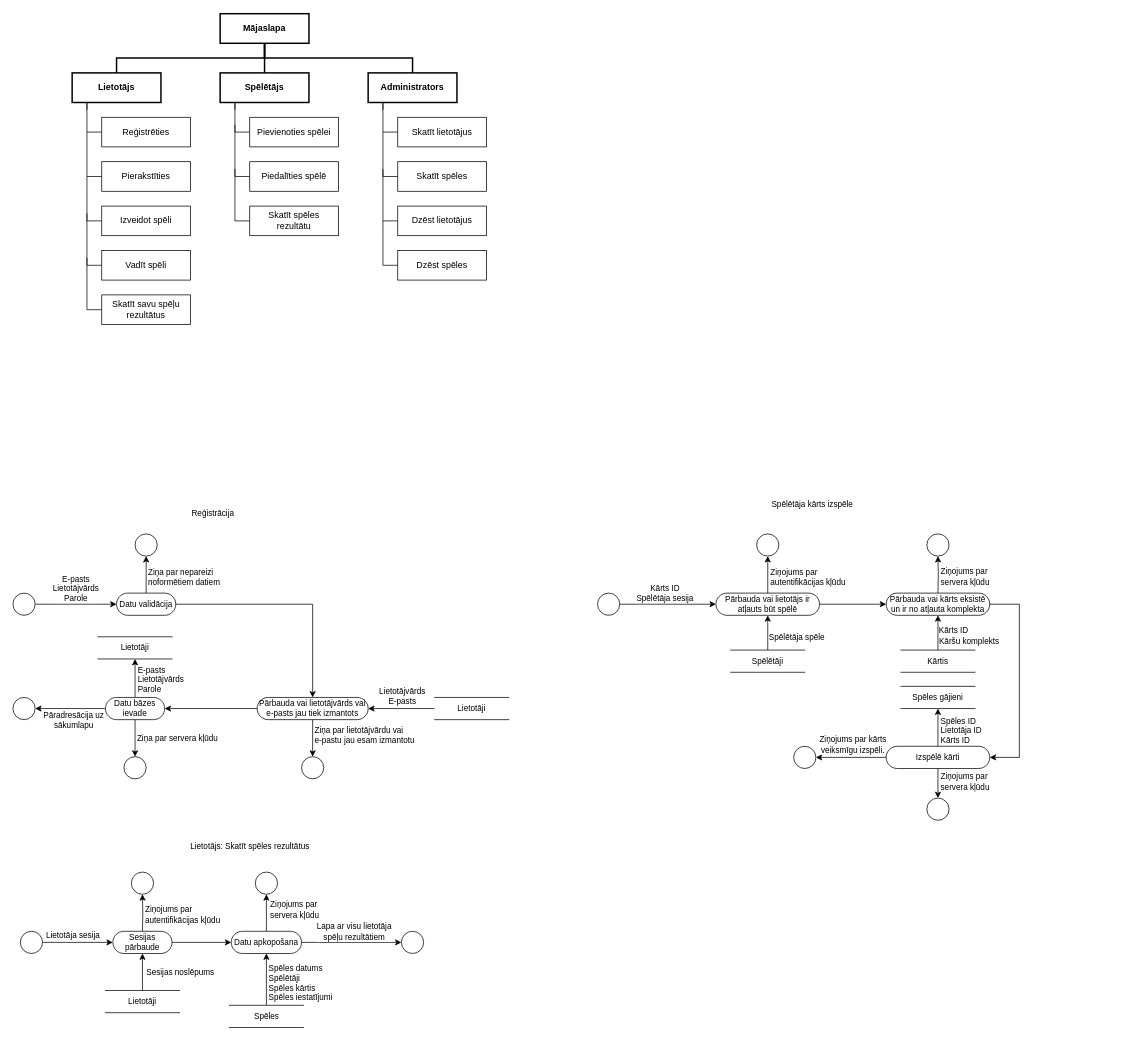
Before: dokumentacija/Dekompozicija.drawio in Edgars-P/RVT-Projekts-CardGame, a draw.io diagram. Source tidied: cells renumbered, new cells numbered last; positions are measured from the earlier drawing's top-left corner, leaving out a move shared by most shapes. Both pictures are drawn from the tidied source at 74%, with x=0, y=0 at pixel (13, 13).
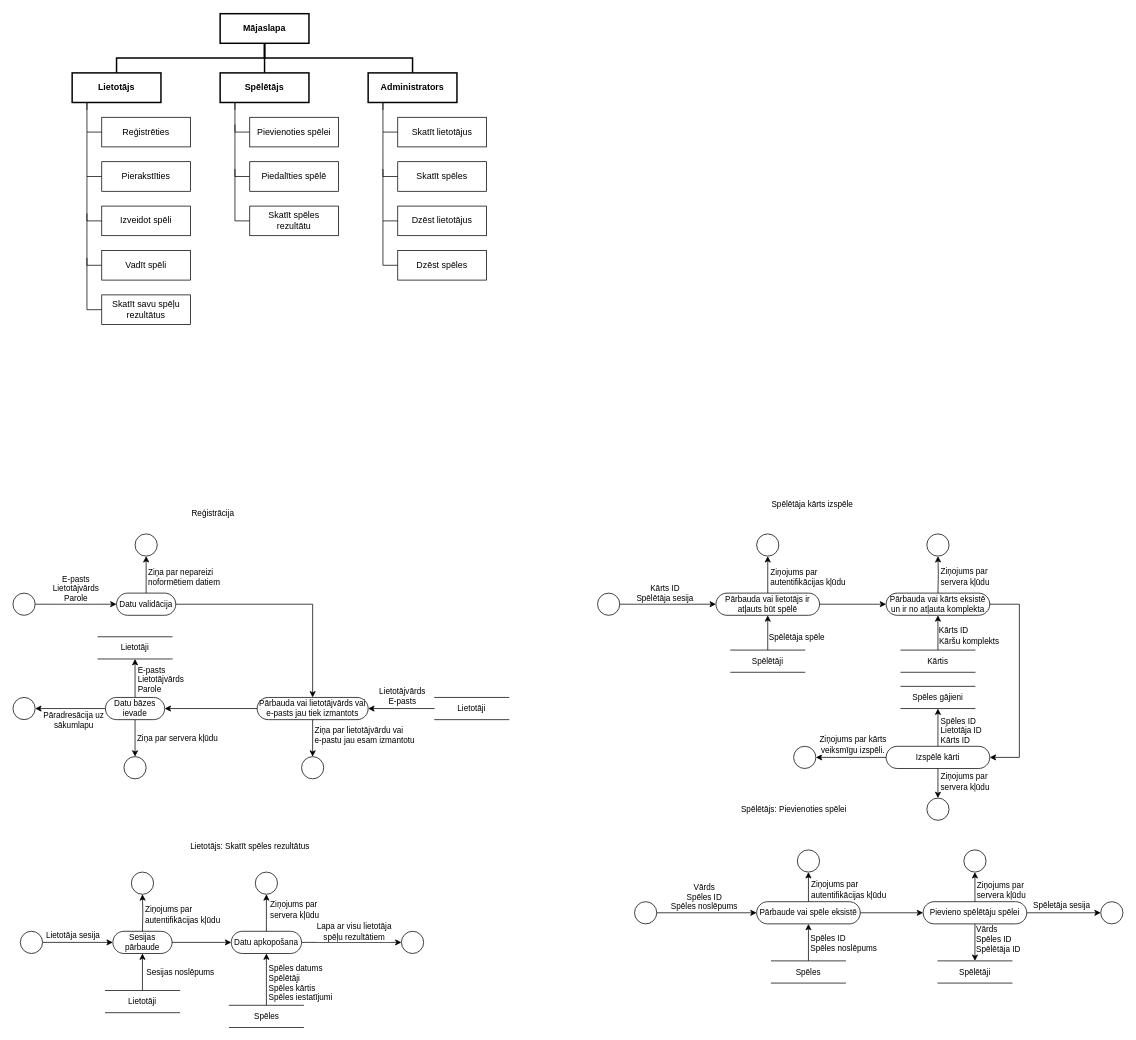
The same diagram, later.

Diff of the diagram source:
```diff
@@
+    <mxCell id="113" value="Spēlētājs: Pievienoties spēlei" style="text;html=1;align=center;verticalAlign=middle;strokeColor=none;fillColor=none;fontSize=11;fontFamily=Helvetica;fontColor=default;" parent="1" vertex="1">
+      <mxGeometry x="970" y="1060" width="170" height="30" as="geometry" />
+    </mxCell>
+    <mxCell id="114" style="edgeStyle=orthogonalEdgeStyle;shape=connector;rounded=0;jettySize=auto;html=1;labelBackgroundColor=default;strokeColor=default;align=center;verticalAlign=middle;fontFamily=Helvetica;fontSize=11;fontColor=default;endArrow=classic;endFill=1;" parent="1" edge="1" source="116" target="118">
+      <mxGeometry relative="1" as="geometry" />
+    </mxCell>
+    <mxCell id="115" value="Vārds&lt;br&gt;Spēles ID&lt;br&gt;Spēles noslēpums" style="edgeLabel;html=1;align=center;verticalAlign=middle;fontSize=11;fontFamily=Helvetica;fontColor=default;" parent="114" vertex="1">
+      <mxGeometry x="-0.06" y="1" relative="1" as="geometry">
+        <mxPoint y="-21" as="offset" />
+      </mxGeometry>
+    </mxCell>
+    <mxCell id="116" style="shape=ellipse;html=1;dashed=0;whiteSpace=wrap;perimeter=ellipsePerimeter;fontFamily=Helvetica;fontSize=11;fontColor=default;" parent="1" vertex="1">
+      <mxGeometry x="840" y="1200" width="30" height="30" as="geometry" />
+    </mxCell>
+    <mxCell id="117" style="edgeStyle=orthogonalEdgeStyle;shape=connector;rounded=0;jettySize=auto;html=1;labelBackgroundColor=default;strokeColor=default;align=center;verticalAlign=middle;fontFamily=Helvetica;fontSize=11;fontColor=default;endArrow=classic;endFill=1;" parent="1" edge="1" source="118" target="129">
+      <mxGeometry relative="1" as="geometry" />
+    </mxCell>
+    <mxCell id="118" value="Pārbaude vai spēle eksistē" style="html=1;dashed=0;whiteSpace=wrap;shape=mxgraph.dfd.start;fontFamily=Helvetica;fontSize=11;fontColor=default;" parent="1" vertex="1">
+      <mxGeometry x="1005" y="1200" width="140" height="30" as="geometry" />
+    </mxCell>
+    <mxCell id="119" style="edgeStyle=orthogonalEdgeStyle;shape=connector;rounded=0;jettySize=auto;html=1;labelBackgroundColor=default;strokeColor=default;align=center;verticalAlign=middle;fontFamily=Helvetica;fontSize=11;fontColor=default;endArrow=classic;endFill=1;" parent="1" edge="1" source="121" target="118">
+      <mxGeometry relative="1" as="geometry" />
+    </mxCell>
+    <mxCell id="120" value="&lt;div align=&quot;left&quot;&gt;Spēles ID&lt;br&gt;Spēles noslēpums&lt;br&gt;&lt;/div&gt;" style="edgeLabel;html=1;align=left;verticalAlign=middle;fontSize=11;fontFamily=Helvetica;fontColor=default;" parent="119" vertex="1">
+      <mxGeometry relative="1" as="geometry">
+        <mxPoint x="1" as="offset" />
+      </mxGeometry>
+    </mxCell>
+    <mxCell id="121" value="Spēles" style="html=1;dashed=0;whiteSpace=wrap;shape=partialRectangle;right=0;left=0;fontFamily=Helvetica;fontSize=11;fontColor=default;" parent="1" vertex="1">
+      <mxGeometry x="1025" y="1280" width="100" height="30" as="geometry" />
+    </mxCell>
+    <mxCell id="122" style="edgeStyle=orthogonalEdgeStyle;shape=connector;rounded=0;jettySize=auto;html=1;labelBackgroundColor=default;strokeColor=default;align=center;verticalAlign=middle;fontFamily=Helvetica;fontSize=11;fontColor=default;endArrow=classic;endFill=1;exitX=0.5;exitY=0.5;exitDx=0;exitDy=-15;exitPerimeter=0;" parent="1" edge="1" source="118" target="124">
+      <mxGeometry relative="1" as="geometry" />
+    </mxCell>
+    <mxCell id="123" value="&lt;div align=&quot;left&quot;&gt;Ziņojums par &lt;br&gt;autentifikācijas kļūdu&lt;br&gt;&lt;/div&gt;" style="edgeLabel;html=1;align=left;verticalAlign=middle;fontSize=11;fontFamily=Helvetica;fontColor=default;" parent="122" vertex="1">
+      <mxGeometry x="0.05" y="2" relative="1" as="geometry">
+        <mxPoint x="4" y="4" as="offset" />
+      </mxGeometry>
+    </mxCell>
+    <mxCell id="124" style="shape=ellipse;html=1;dashed=0;whiteSpace=wrap;perimeter=ellipsePerimeter;fontFamily=Helvetica;fontSize=11;fontColor=default;" parent="1" vertex="1">
+      <mxGeometry x="1060" y="1130" width="30" height="30" as="geometry" />
+    </mxCell>
+    <mxCell id="125" style="edgeStyle=orthogonalEdgeStyle;shape=connector;rounded=0;jettySize=auto;html=1;labelBackgroundColor=default;strokeColor=default;align=center;verticalAlign=middle;fontFamily=Helvetica;fontSize=11;fontColor=default;endArrow=classic;endFill=1;" parent="1" edge="1" source="129" target="133">
+      <mxGeometry relative="1" as="geometry" />
+    </mxCell>
+    <mxCell id="126" value="Spēletāja sesija" style="edgeLabel;html=1;align=center;verticalAlign=middle;fontSize=11;fontFamily=Helvetica;fontColor=default;" parent="125" vertex="1">
+      <mxGeometry x="0.06" y="1" relative="1" as="geometry">
+        <mxPoint x="-7" y="-10" as="offset" />
+      </mxGeometry>
+    </mxCell>
+    <mxCell id="127" style="edgeStyle=orthogonalEdgeStyle;shape=connector;rounded=0;jettySize=auto;html=1;labelBackgroundColor=default;strokeColor=default;align=center;verticalAlign=middle;fontFamily=Helvetica;fontSize=11;fontColor=default;endArrow=classic;endFill=1;" parent="1" edge="1" source="129" target="134">
+      <mxGeometry relative="1" as="geometry" />
+    </mxCell>
+    <mxCell id="128" value="&lt;div align=&quot;left&quot;&gt;Vārds&lt;br&gt;Spēles ID&lt;br&gt;Spēlētāja ID&lt;/div&gt;" style="edgeLabel;html=1;align=left;verticalAlign=middle;fontSize=11;fontFamily=Helvetica;fontColor=default;" parent="127" vertex="1">
+      <mxGeometry x="-0.22" relative="1" as="geometry" />
+    </mxCell>
+    <mxCell id="129" value="Pievieno spēlētāju spēlei" style="html=1;dashed=0;whiteSpace=wrap;shape=mxgraph.dfd.start;fontFamily=Helvetica;fontSize=11;fontColor=default;" parent="1" vertex="1">
+      <mxGeometry x="1230" y="1200" width="140" height="30" as="geometry" />
+    </mxCell>
+    <mxCell id="130" style="edgeStyle=orthogonalEdgeStyle;shape=connector;rounded=0;jettySize=auto;html=1;labelBackgroundColor=default;strokeColor=default;align=center;verticalAlign=middle;fontFamily=Helvetica;fontSize=11;fontColor=default;endArrow=classic;endFill=1;exitX=0.5;exitY=0.5;exitDx=0;exitDy=-15;exitPerimeter=0;" parent="1" edge="1" source="129" target="132">
+      <mxGeometry relative="1" as="geometry" />
+    </mxCell>
+    <mxCell id="131" value="&lt;div align=&quot;left&quot;&gt;Ziņojums par &lt;br&gt;servera kļūdu&lt;br&gt;&lt;/div&gt;" style="edgeLabel;html=1;align=left;verticalAlign=middle;fontSize=11;fontFamily=Helvetica;fontColor=default;" parent="130" vertex="1">
+      <mxGeometry x="0.05" y="2" relative="1" as="geometry">
+        <mxPoint x="3" y="5" as="offset" />
+      </mxGeometry>
+    </mxCell>
+    <mxCell id="132" style="shape=ellipse;html=1;dashed=0;whiteSpace=wrap;perimeter=ellipsePerimeter;fontFamily=Helvetica;fontSize=11;fontColor=default;" parent="1" vertex="1">
+      <mxGeometry x="1285" y="1130" width="30" height="30" as="geometry" />
+    </mxCell>
+    <mxCell id="133" style="shape=ellipse;html=1;dashed=0;whiteSpace=wrap;perimeter=ellipsePerimeter;fontFamily=Helvetica;fontSize=11;fontColor=default;" parent="1" vertex="1">
+      <mxGeometry x="1470" y="1200" width="30" height="30" as="geometry" />
+    </mxCell>
+    <mxCell id="134" value="Spēlētāji" style="html=1;dashed=0;whiteSpace=wrap;shape=partialRectangle;right=0;left=0;fontFamily=Helvetica;fontSize=11;fontColor=default;" parent="1" vertex="1">
+      <mxGeometry x="1250" y="1280" width="100" height="30" as="geometry" />
+    </mxCell>
```
